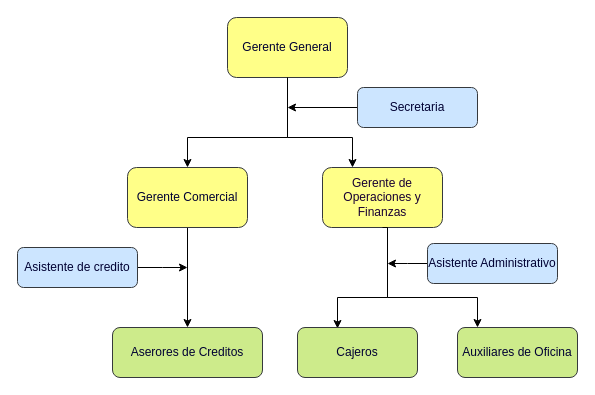
Earlier version of the draw.io diagram docs/organigrama-porvenir.drawio (alexrv11/credicuotas). Source tidied: cells renumbered, new cells numbered last; positions are measured from the earlier drawing's top-left corner, leaving out a move shared by most shapes. Both pictures are drawn from the tidied source at 100%, with x=0, y=0 at pixel (17, 17).
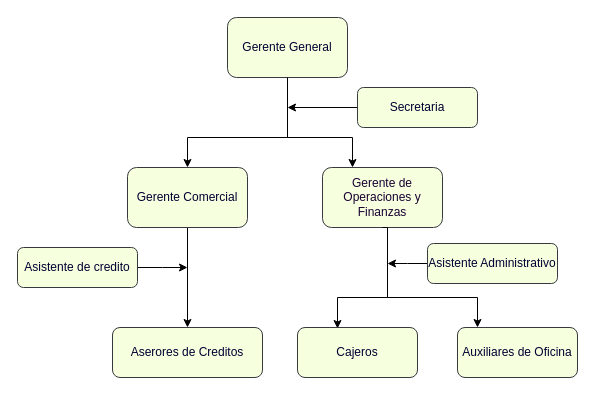
After the change.

The edit, as a diff of the source:
```diff
@@
-    <mxCell id="3" value="Gerente General" style="rounded=1;whiteSpace=wrap;html=1;fillColor=#ffff88;strokeColor=#36393d;fontColor=#000033;" parent="1" vertex="1">
+    <mxCell id="3" value="Gerente General" style="rounded=1;whiteSpace=wrap;html=1;strokeColor=#36393d;fontColor=#000033;fillColor=#F6FFDE;" parent="1" vertex="1">
       <mxGeometry x="210" width="120" height="60" as="geometry" />
     </mxCell>
@@
-    <mxCell id="5" value="Secretaria" style="rounded=1;whiteSpace=wrap;html=1;fillColor=#cce5ff;strokeColor=#36393d;fontColor=#000033;" parent="1" vertex="1">
+    <mxCell id="5" value="Secretaria" style="rounded=1;whiteSpace=wrap;html=1;strokeColor=#36393d;fontColor=#000033;fillColor=#F6FFDE;" parent="1" vertex="1">
       <mxGeometry x="340" y="70" width="120" height="40" as="geometry" />
     </mxCell>
@@
-    <mxCell id="7" value="Gerente Comercial" style="rounded=1;whiteSpace=wrap;html=1;fillColor=#ffff88;strokeColor=#36393d;fontColor=#000033;" parent="1" vertex="1">
+    <mxCell id="7" value="Gerente Comercial" style="rounded=1;whiteSpace=wrap;html=1;strokeColor=#36393d;fontColor=#000033;fillColor=#F6FFDE;" parent="1" vertex="1">
       <mxGeometry x="110" y="150" width="120" height="60" as="geometry" />
     </mxCell>
@@
-    <mxCell id="9" value="Gerente de Operaciones y Finanzas" style="rounded=1;whiteSpace=wrap;html=1;fillColor=#ffff88;strokeColor=#36393d;fontColor=#190033;" parent="1" vertex="1">
+    <mxCell id="9" value="Gerente de Operaciones y Finanzas" style="rounded=1;whiteSpace=wrap;html=1;strokeColor=#36393d;fontColor=#190033;fillColor=#F6FFDE;" parent="1" vertex="1">
       <mxGeometry x="305" y="150" width="120" height="60" as="geometry" />
     </mxCell>
@@
-    <mxCell id="11" value="Asistente de credito" style="rounded=1;whiteSpace=wrap;html=1;fillColor=#cce5ff;strokeColor=#36393d;fontColor=#000033;" parent="1" vertex="1">
+    <mxCell id="11" value="Asistente de credito" style="rounded=1;whiteSpace=wrap;html=1;strokeColor=#36393d;fontColor=#000033;fillColor=#F6FFDE;" parent="1" vertex="1">
       <mxGeometry y="230" width="120" height="40" as="geometry" />
     </mxCell>
@@
-    <mxCell id="13" value="Asistente Administrativo" style="rounded=1;whiteSpace=wrap;html=1;fillColor=#cce5ff;strokeColor=#36393d;fontColor=#000033;" parent="1" vertex="1">
+    <mxCell id="13" value="Asistente Administrativo" style="rounded=1;whiteSpace=wrap;html=1;strokeColor=#36393d;fontColor=#000033;fillColor=#F6FFDE;" parent="1" vertex="1">
       <mxGeometry x="410" y="226" width="130" height="40" as="geometry" />
     </mxCell>
-    <mxCell id="14" value="Aserores de Creditos" style="rounded=1;whiteSpace=wrap;html=1;fillColor=#cdeb8b;strokeColor=#36393d;fontColor=#000033;" parent="1" vertex="1">
+    <mxCell id="14" value="Aserores de Creditos" style="rounded=1;whiteSpace=wrap;html=1;strokeColor=#36393d;fontColor=#000033;fillColor=#F6FFDE;" parent="1" vertex="1">
       <mxGeometry x="95" y="310" width="150" height="50" as="geometry" />
     </mxCell>
-    <mxCell id="15" value="Cajeros" style="rounded=1;whiteSpace=wrap;html=1;fillColor=#cdeb8b;strokeColor=#36393d;fontColor=#000033;" parent="1" vertex="1">
+    <mxCell id="15" value="Cajeros" style="rounded=1;whiteSpace=wrap;html=1;strokeColor=#36393d;fontColor=#000033;fillColor=#F6FFDE;" parent="1" vertex="1">
       <mxGeometry x="280" y="310" width="120" height="50" as="geometry" />
     </mxCell>
-    <mxCell id="16" value="Auxiliares de Oficina" style="rounded=1;whiteSpace=wrap;html=1;fillColor=#cdeb8b;strokeColor=#36393d;fontColor=#000033;" parent="1" vertex="1">
+    <mxCell id="16" value="Auxiliares de Oficina" style="rounded=1;whiteSpace=wrap;html=1;strokeColor=#36393d;fontColor=#000033;fillColor=#F6FFDE;" parent="1" vertex="1">
       <mxGeometry x="440" y="310" width="120" height="50" as="geometry" />
     </mxCell>
```
